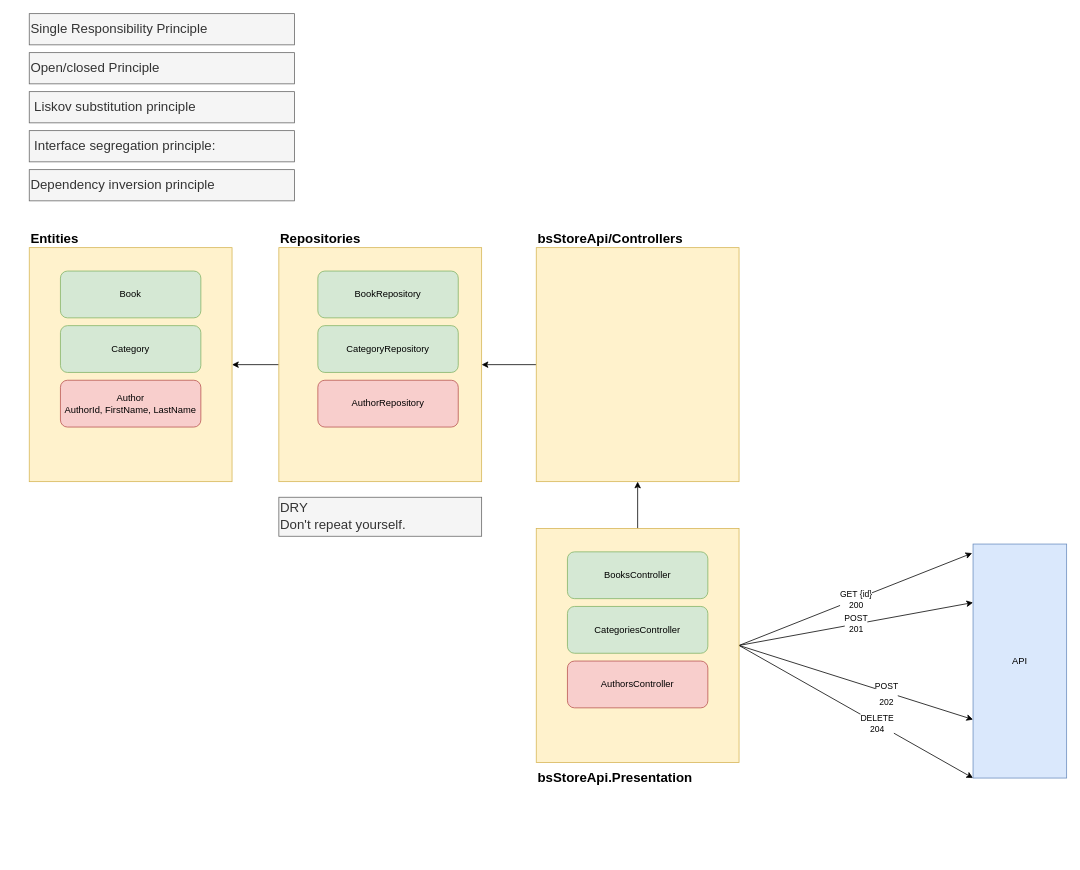
Above: page "day-09" (9 of 9) of day-10/draw.drawio in zcomert/BtkAkademiDotNetBootCamp (draw.io), before the change. Source tidied: cells renumbered, new cells numbered last; positions are measured from the earlier drawing's top-left corner, leaving out a move shared by most shapes. Both pictures are drawn from the tidied source at 78%, with x=0, y=0 at pixel (29, 13).
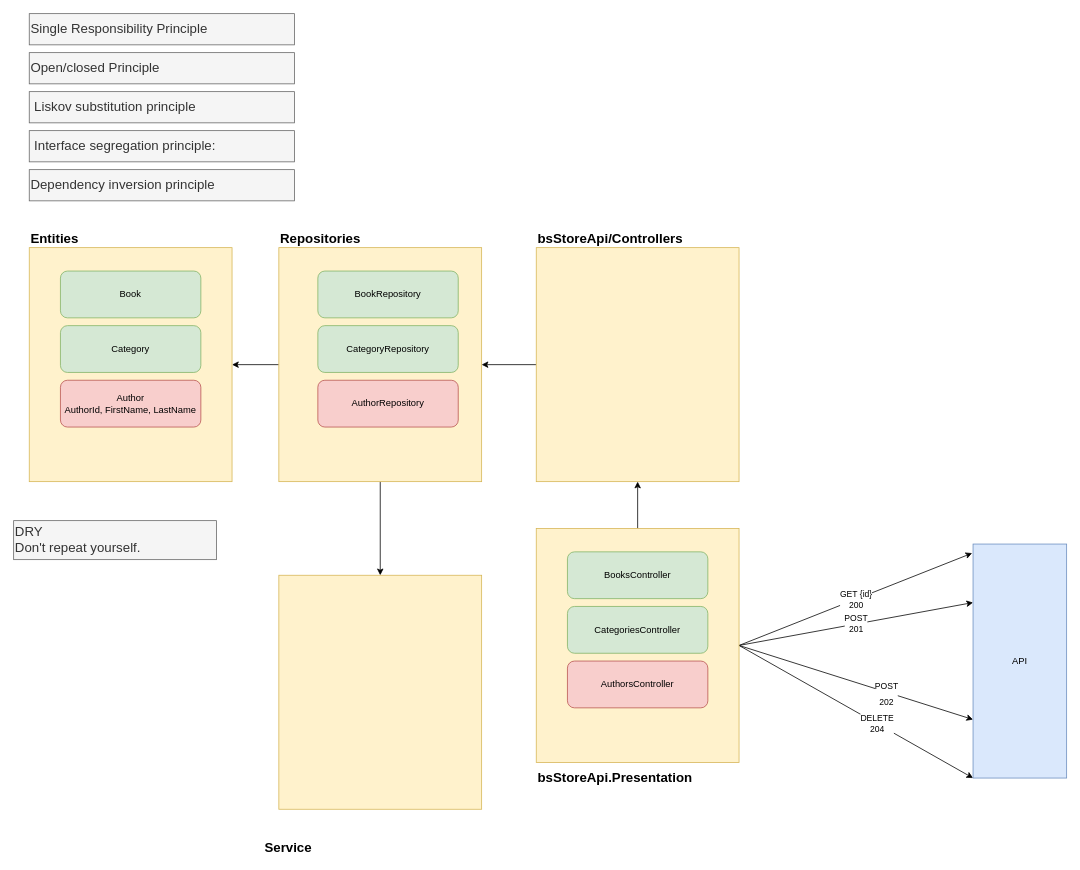
The same diagram, later.

Unchanged cells that the change refers to:
```xml
<mxCell id="4" style="rounded=1;whiteSpace=wrap;html=1;arcSize=0;fillColor=#fff2cc;strokeColor=#d6b656;" parent="1" vertex="1">
  <mxGeometry x="320" y="300" width="260" height="300" as="geometry" />
</mxCell>
```

Change to the diagram source:
```diff
@@
+    <mxCell id="35" style="edgeStyle=orthogonalEdgeStyle;rounded=0;jettySize=auto;html=1;" parent="1" edge="1" source="4" target="36">
+      <mxGeometry relative="1" as="geometry" />
+    </mxCell>
@@
     <mxCell id="28" value="DRY&lt;br&gt;Don't repeat yourself." style="text;html=1;strokeColor=#666666;fillColor=#f5f5f5;align=left;verticalAlign=middle;whiteSpace=wrap;rounded=0;fontSize=17;fontColor=#333333;" parent="1" vertex="1">
-      <mxGeometry x="320" y="620" width="260" height="50" as="geometry" />
+      <mxGeometry x="-20" y="650" width="260" height="50" as="geometry" />
     </mxCell>
@@
+    <mxCell id="36" style="rounded=1;whiteSpace=wrap;html=1;arcSize=0;fillColor=#fff2cc;strokeColor=#d6b656;" parent="1" vertex="1">
+      <mxGeometry x="320" y="720" width="260" height="300" as="geometry" />
+    </mxCell>
+    <mxCell id="37" value="Service" style="text;html=1;strokeColor=none;fillColor=none;align=left;verticalAlign=middle;whiteSpace=wrap;rounded=0;fontSize=17;fontStyle=1;" parent="1" vertex="1">
+      <mxGeometry x="300" y="1060" width="260" height="20" as="geometry" />
+    </mxCell>
```
